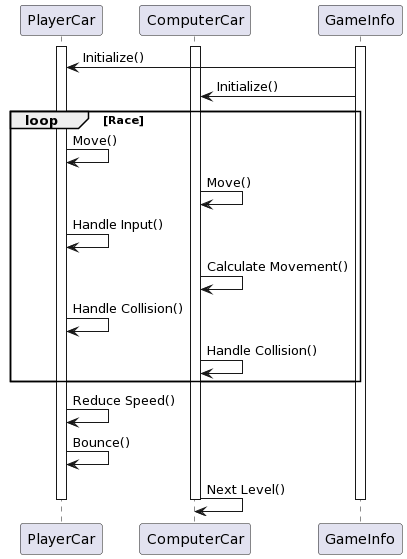
Above: uml-diagrams/Sequence Diagram.png in Deepshikha1611/CarRaceProject (PlantUML), before the change. Its diagram source:
```plantuml
@startuml
participant "PlayerCar"
participant "ComputerCar"
participant "GameInfo"

activate "PlayerCar"
activate "ComputerCar"
activate "GameInfo"

"GameInfo" -> "PlayerCar": Initialize()
"GameInfo" -> "ComputerCar": Initialize()

loop Race
    "PlayerCar" -> "PlayerCar": Move()
    "ComputerCar" -> "ComputerCar": Move()

    "PlayerCar" -> "PlayerCar": Handle Input()
    "ComputerCar" -> "ComputerCar": Calculate Movement()

    "PlayerCar" -> "PlayerCar": Handle Collision()
    "ComputerCar" -> "ComputerCar": Handle Collision()
end

"PlayerCar" -> "PlayerCar": Reduce Speed()
"PlayerCar" -> "PlayerCar": Bounce()

"ComputerCar" -> "ComputerCar": Next Level()

deactivate "PlayerCar"
deactivate "ComputerCar"
deactivate "GameInfo"
@enduml
```
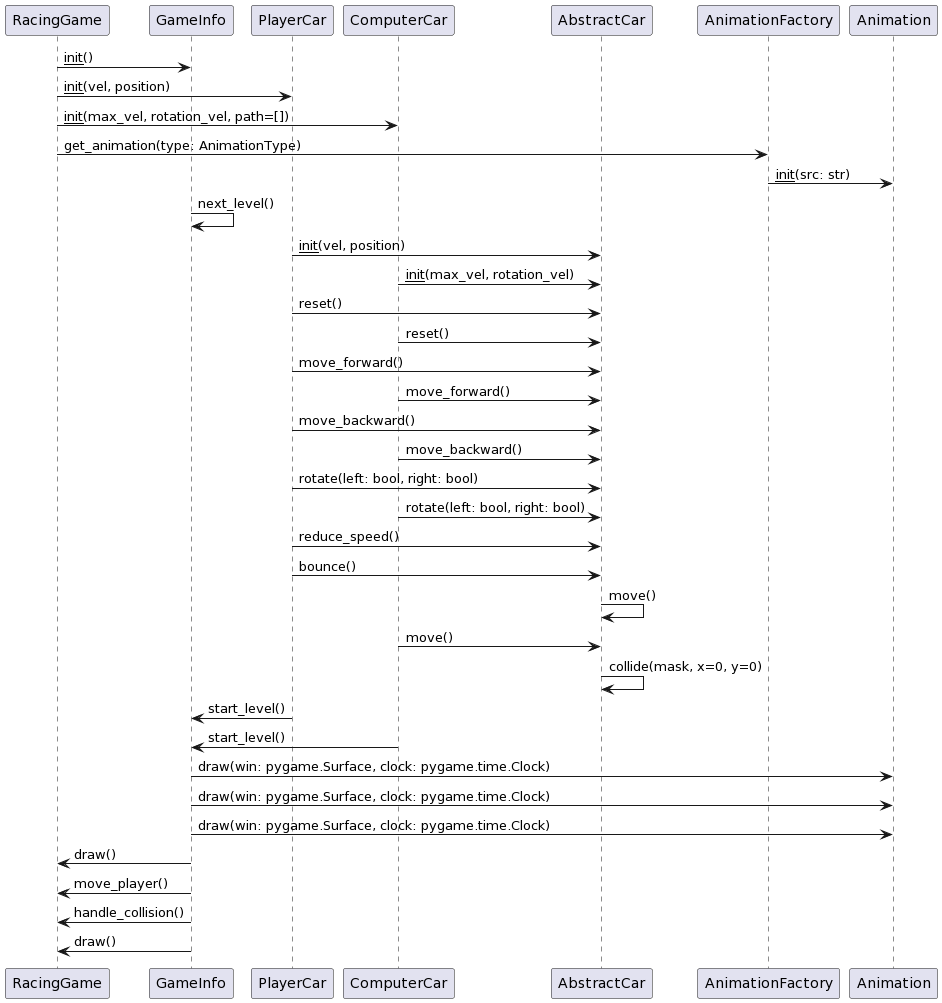
After the change.

Commit message:
UML Diagrams

Change to the diagram source:
```diff
@@ -1,32 +1,40 @@
 @startuml
-participant "PlayerCar"
-participant "ComputerCar"
-participant "GameInfo"
+participant "RacingGame" as RacingGame
+participant "GameInfo" as GameInfo
+participant "PlayerCar" as PlayerCar
+participant "ComputerCar" as ComputerCar
+participant "AbstractCar" as AbstractCar
+participant "AnimationFactory" as AnimationFactory
+participant "Animation" as Animation
 
-activate "PlayerCar"
-activate "ComputerCar"
-activate "GameInfo"
-
-"GameInfo" -> "PlayerCar": Initialize()
-"GameInfo" -> "ComputerCar": Initialize()
-
-loop Race
-    "PlayerCar" -> "PlayerCar": Move()
-    "ComputerCar" -> "ComputerCar": Move()
-
-    "PlayerCar" -> "PlayerCar": Handle Input()
-    "ComputerCar" -> "ComputerCar": Calculate Movement()
-
-    "PlayerCar" -> "PlayerCar": Handle Collision()
-    "ComputerCar" -> "ComputerCar": Handle Collision()
-end
-
-"PlayerCar" -> "PlayerCar": Reduce Speed()
-"PlayerCar" -> "PlayerCar": Bounce()
-
-"ComputerCar" -> "ComputerCar": Next Level()
-
-deactivate "PlayerCar"
-deactivate "ComputerCar"
-deactivate "GameInfo"
+RacingGame -> GameInfo: __init__()
+RacingGame -> PlayerCar: __init__(vel, position)
+RacingGame -> ComputerCar: __init__(max_vel, rotation_vel, path=[])
+RacingGame -> AnimationFactory: get_animation(type: AnimationType)
+AnimationFactory -> Animation: __init__(src: str)
+GameInfo -> GameInfo: next_level()
+PlayerCar -> AbstractCar: __init__(vel, position)
+ComputerCar -> AbstractCar: __init__(max_vel, rotation_vel)
+PlayerCar -> AbstractCar: reset()
+ComputerCar -> AbstractCar: reset()
+PlayerCar -> AbstractCar: move_forward()
+ComputerCar -> AbstractCar: move_forward()
+PlayerCar -> AbstractCar: move_backward()
+ComputerCar -> AbstractCar: move_backward()
+PlayerCar -> AbstractCar: rotate(left: bool, right: bool)
+ComputerCar -> AbstractCar: rotate(left: bool, right: bool)
+PlayerCar -> AbstractCar: reduce_speed()
+PlayerCar -> AbstractCar: bounce()
+AbstractCar -> AbstractCar: move()
+ComputerCar -> AbstractCar: move()
+AbstractCar -> AbstractCar: collide(mask, x=0, y=0)
+PlayerCar -> GameInfo: start_level()
+ComputerCar -> GameInfo: start_level()
+GameInfo -> Animation: draw(win: pygame.Surface, clock: pygame.time.Clock)
+GameInfo -> Animation: draw(win: pygame.Surface, clock: pygame.time.Clock)
+GameInfo -> Animation: draw(win: pygame.Surface, clock: pygame.time.Clock)
+GameInfo -> RacingGame: draw()
+GameInfo -> RacingGame: move_player()
+GameInfo -> RacingGame: handle_collision()
+GameInfo -> RacingGame: draw()
 @enduml
```
